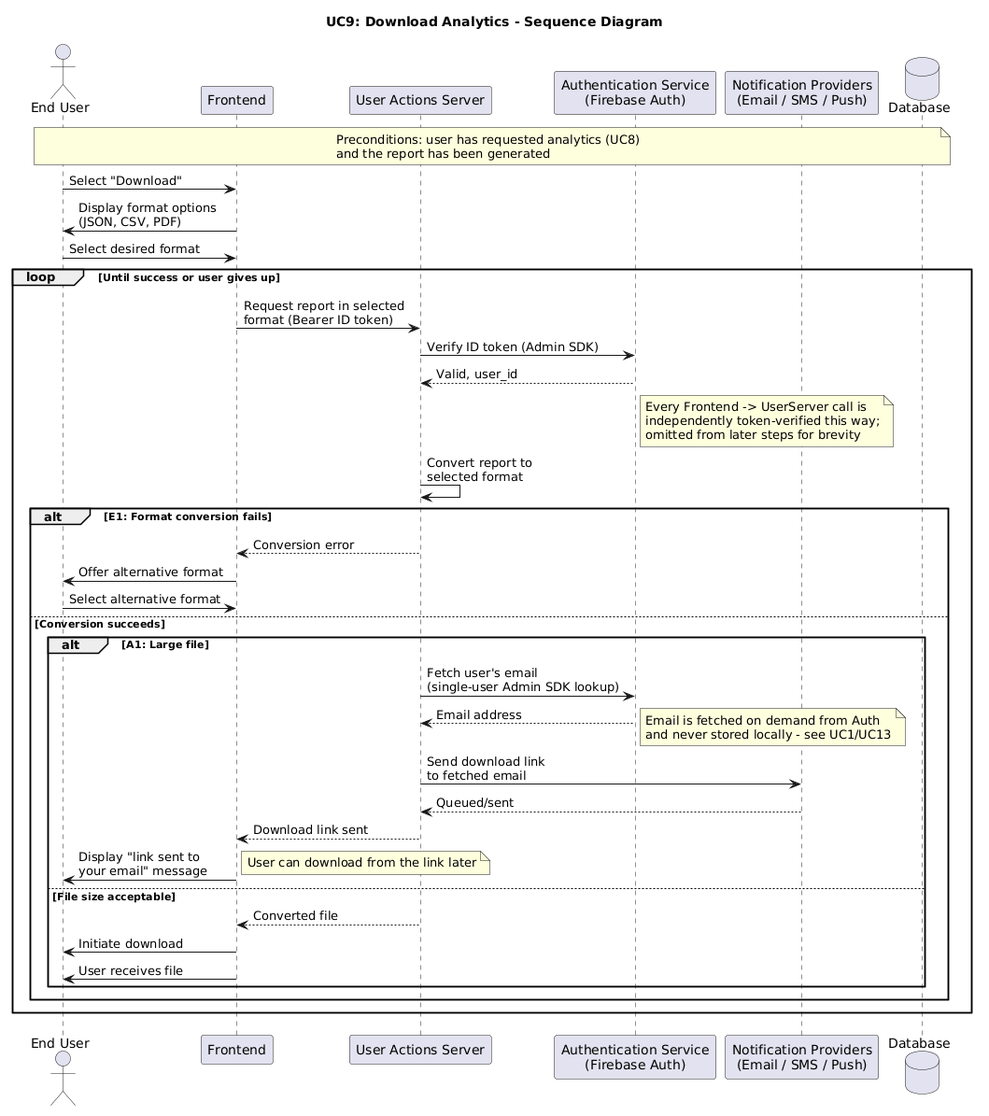
ManosMorf97/Weather-Forecasts-AI-Remastered keeps this PlantUML diagram as requirements/sequence_diagrams/UC9_Download_Analytics.png. Above is the earlier version. Source of this version:
```plantuml
@startuml
title UC9: Download Analytics - Sequence Diagram

actor "End User" as User
participant "Frontend" as Frontend
participant "User Actions Server" as UserServer
participant "Authentication Service\n(Firebase Auth)" as Auth
participant "Notification Providers\n(Email / SMS / Push)" as NotifyProviders
database "Database" as DB

note over User, DB
  Preconditions: user has requested analytics (UC8)
  and the report has been generated
end note

User -> Frontend: Select "Download"
Frontend -> User: Display format options\n(JSON, CSV, PDF)
User -> Frontend: Select desired format

loop Until success or user gives up
  Frontend -> UserServer: Request report in selected\nformat (Bearer ID token)
  UserServer -> Auth: Verify ID token (Admin SDK)
  Auth --> UserServer: Valid, user_id
  note right of Auth
    Every Frontend -> UserServer call is
    independently token-verified this way;
    omitted from later steps for brevity
  end note

  UserServer -> UserServer: Convert report to\nselected format

  alt E1: Format conversion fails
    UserServer --> Frontend: Conversion error
    Frontend -> User: Offer alternative format
    User -> Frontend: Select alternative format
  else Conversion succeeds
    alt A1: Large file
      UserServer -> Auth: Fetch user's email\n(single-user Admin SDK lookup)
      Auth --> UserServer: Email address
      note right
        Email is fetched on demand from Auth
        and never stored locally - see UC1/UC13
      end note
      UserServer -> NotifyProviders: Send download link\nto fetched email
      NotifyProviders --> UserServer: Queued/sent
      UserServer --> Frontend: Download link sent
      Frontend -> User: Display "link sent to\nyour email" message
      note right: User can download from the link later
    else File size acceptable
      UserServer --> Frontend: Converted file
      Frontend -> User: Initiate download
      Frontend -> User: User receives file
    end
  end
end
@enduml
```
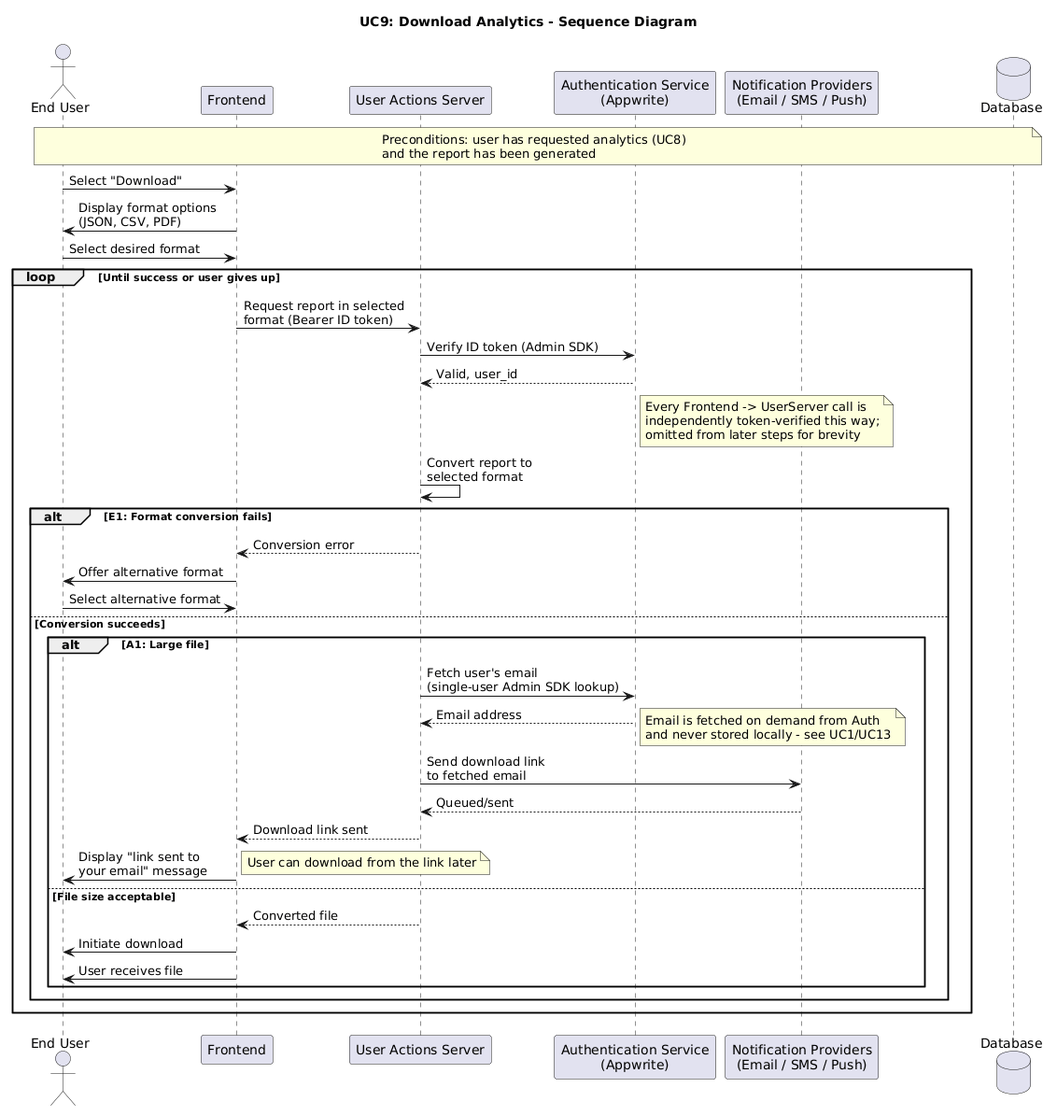
The same diagram one commit later.

The edit, as a diff of the source:
```diff
@@ -4,7 +4,7 @@
 actor "End User" as User
 participant "Frontend" as Frontend
 participant "User Actions Server" as UserServer
-participant "Authentication Service\n(Firebase Auth)" as Auth
+participant "Authentication Service\n(Appwrite)" as Auth
 participant "Notification Providers\n(Email / SMS / Push)" as NotifyProviders
 database "Database" as DB
 
```
